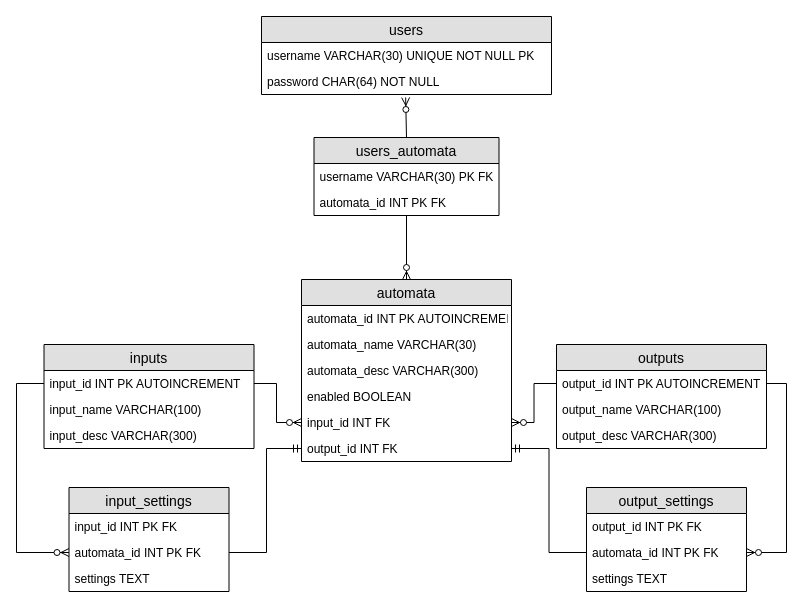
Before: AutomataDB/AutomataDB.drawio in scott246/automata, a draw.io diagram. Source tidied: cells renumbered, new cells numbered last; positions are measured from the earlier drawing's top-left corner, leaving out a move shared by most shapes. Both pictures are drawn from the tidied source at 100%, with x=0, y=0 at pixel (16, 16).
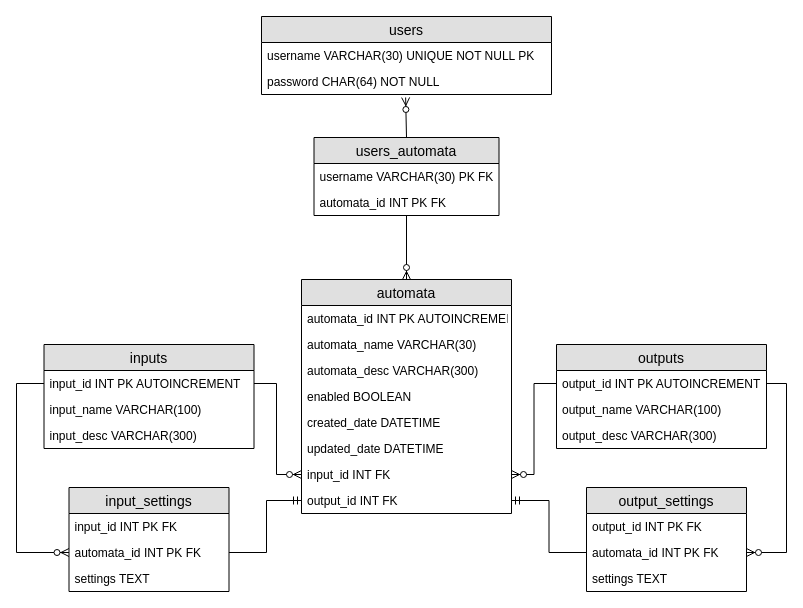
The same diagram, later.

Unchanged cells that the change refers to:
```xml
<mxCell id="19" value="automata_id INT PK FK&#10;" style="text;strokeColor=none;fillColor=none;spacingLeft=4;spacingRight=4;overflow=hidden;points=[[0,0.5],[1,0.5]];portConstraint=eastwest;fontSize=12;" parent="17" vertex="1">
  <mxGeometry y="52" width="160" height="26" as="geometry" />
</mxCell>
<mxCell id="23" value="input_id INT PK AUTOINCREMENT" style="text;strokeColor=none;fillColor=none;spacingLeft=4;spacingRight=4;overflow=hidden;points=[[0,0.5],[1,0.5]];portConstraint=eastwest;fontSize=12;" parent="22" vertex="1">
  <mxGeometry y="26" width="210" height="26" as="geometry" />
</mxCell>
```

Change to the diagram source:
```diff
@@
     <mxCell id="10" value="automata" style="swimlane;fontStyle=0;horizontal=1;startSize=26;fillColor=#e0e0e0;swimlaneFillColor=#ffffff;align=center;fontSize=14;" parent="1" vertex="1">
-      <mxGeometry x="285" y="263" width="210" height="182" as="geometry" />
+      <mxGeometry x="285" y="263" width="210" height="234" as="geometry" />
     </mxCell>
@@
+    <mxCell id="39" value="created_date DATETIME&#10;" style="text;strokeColor=none;fillColor=none;spacingLeft=4;spacingRight=4;overflow=hidden;fontSize=12;" parent="10" vertex="1">
+      <mxGeometry y="130" width="210" height="26" as="geometry" />
+    </mxCell>
+    <mxCell id="40" value="updated_date DATETIME&#10;" style="text;strokeColor=none;fillColor=none;spacingLeft=4;spacingRight=4;overflow=hidden;fontSize=12;" parent="10" vertex="1">
+      <mxGeometry y="156" width="210" height="26" as="geometry" />
+    </mxCell>
     <mxCell id="15" value="input_id INT FK&#10;" style="text;strokeColor=none;fillColor=none;spacingLeft=4;spacingRight=4;overflow=hidden;points=[[0,0.5],[1,0.5]];portConstraint=eastwest;fontSize=12;" parent="10" vertex="1">
-      <mxGeometry y="130" width="210" height="26" as="geometry" />
+      <mxGeometry y="182" width="210" height="26" as="geometry" />
     </mxCell>
     <mxCell id="16" value="output_id INT FK&#10;" style="text;strokeColor=none;fillColor=none;spacingLeft=4;spacingRight=4;overflow=hidden;points=[[0,0.5],[1,0.5]];portConstraint=eastwest;fontSize=12;" parent="10" vertex="1">
-      <mxGeometry y="156" width="210" height="26" as="geometry" />
+      <mxGeometry y="208" width="210" height="26" as="geometry" />
     </mxCell>
@@
     <mxCell id="26" style="edgeStyle=orthogonalEdgeStyle;rounded=0;html=1;endArrow=ERzeroToMany;endFill=1;jettySize=auto;exitX=1;exitY=0.5;exitDx=0;exitDy=0;entryX=0;entryY=0.5;entryDx=0;entryDy=0;" parent="1" edge="1" source="23" target="15">
       <mxGeometry relative="1" as="geometry">
         <Array as="points">
           <mxPoint x="260" y="367" />
-          <mxPoint x="260" y="406" />
+          <mxPoint x="260" y="458" />
         </Array>
       </mxGeometry>
     </mxCell>
@@
     <mxCell id="37" style="edgeStyle=orthogonalEdgeStyle;fontSize=12;html=1;endArrow=ERmandOne;entryX=0;entryY=0.5;entryDx=0;entryDy=0;elbow=vertical;rounded=0;exitX=1;exitY=0.5;exitDx=0;exitDy=0;" parent="1" edge="1" source="19" target="16">
       <mxGeometry relative="1" as="geometry">
         <Array as="points">
           <mxPoint x="250" y="536" />
-          <mxPoint x="250" y="432" />
+          <mxPoint x="250" y="484" />
         </Array>
       </mxGeometry>
     </mxCell>
```
